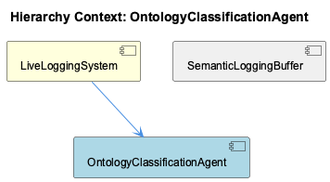
Above: knowledge-management/insights/images/ontology-classification-agent-relationship.png in fwornle/coding (PlantUML), before the change.
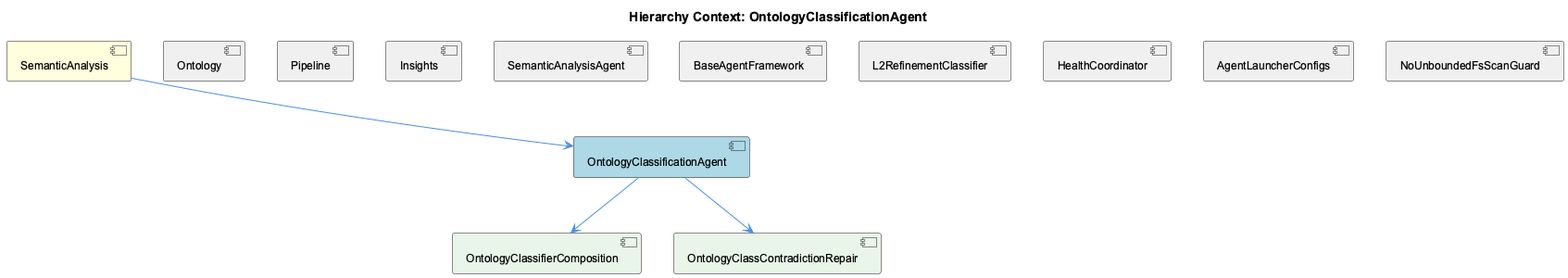
Above is the later version.

Diff of the diagram source:
```diff
@@ -3,11 +3,31 @@
 
 title Hierarchy Context: OntologyClassificationAgent
 
-[LiveLoggingSystem] as live_logging_system #FFFFDD
+[SemanticAnalysis] as semantic_analysis #FFFFDD
 [OntologyClassificationAgent] as ontology_classification_agent #LightBlue
-[SemanticLoggingBuffer] as semantic_logging_buffer #F0F0F0
+[Ontology] as ontology #F0F0F0
+[Pipeline] as pipeline #F0F0F0
+[Insights] as insights #F0F0F0
+[SemanticAnalysisAgent] as semantic_analysis_agent #F0F0F0
+[BaseAgentFramework] as base_agent_framework #F0F0F0
+[L2RefinementClassifier] as l2_refinement_classifier #F0F0F0
+[HealthCoordinator] as health_coordinator #F0F0F0
+[AgentLauncherConfigs] as agent_launcher_configs #F0F0F0
+[NoUnboundedFsScanGuard] as no_unbounded_fs_scan_guard #F0F0F0
+[OntologyClassifierComposition] as ontology_classifier_composition #E8F5E8
+[OntologyClassContradictionRepair] as ontology_class_contradiction_repair #E8F5E8
 
-live_logging_system --> ontology_classification_agent
-semantic_logging_buffer -[hidden]- ontology_classification_agent
+semantic_analysis --> ontology_classification_agent
+ontology -[hidden]- ontology_classification_agent
+pipeline -[hidden]- ontology_classification_agent
+insights -[hidden]- ontology_classification_agent
+semantic_analysis_agent -[hidden]- ontology_classification_agent
+base_agent_framework -[hidden]- ontology_classification_agent
+l2_refinement_classifier -[hidden]- ontology_classification_agent
+health_coordinator -[hidden]- ontology_classification_agent
+agent_launcher_configs -[hidden]- ontology_classification_agent
+no_unbounded_fs_scan_guard -[hidden]- ontology_classification_agent
+ontology_classification_agent --> ontology_classifier_composition
+ontology_classification_agent --> ontology_class_contradiction_repair
 
 @enduml
```
